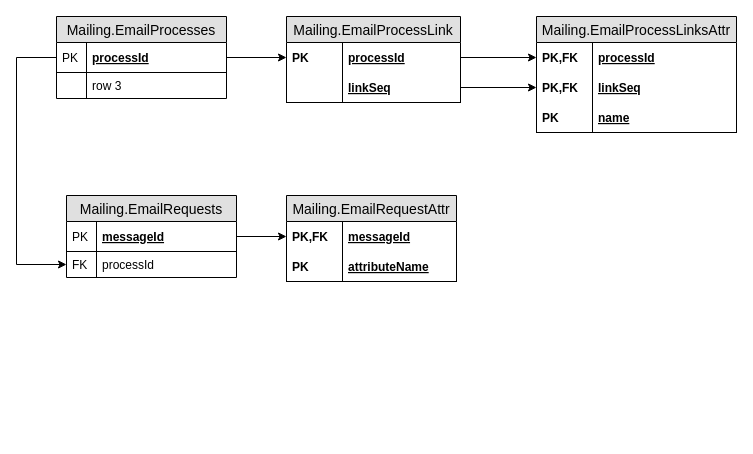
Earlier version of the draw.io diagram Untitled Diagram.drawio (eyallit/draw.io). Source tidied: cells renumbered, new cells numbered last; positions are measured from the earlier drawing's top-left corner, leaving out a move shared by most shapes. Both pictures are drawn from the tidied source at 100%, with x=0, y=0 at pixel (16, 16).
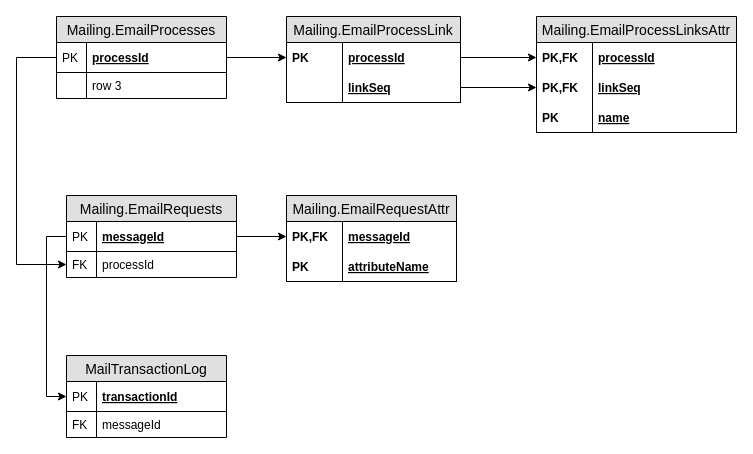
The same page after the edit.

Unchanged cells that the change refers to:
```xml
<mxCell id="23" value="messageId" style="shape=partialRectangle;top=0;left=0;right=0;bottom=1;align=left;verticalAlign=middle;fillColor=none;spacingLeft=34;spacingRight=4;overflow=hidden;points=[[0,0.5],[1,0.5]];portConstraint=eastwest;fontStyle=5;fontSize=12;" parent="22" vertex="1">
  <mxGeometry y="26" width="170" height="30" as="geometry" />
</mxCell>
```

What changed in the source:
```diff
@@
+    <mxCell id="34" value="MailTransactionLog" style="swimlane;fontStyle=0;horizontal=1;startSize=26;fillColor=#e0e0e0;swimlaneFillColor=#ffffff;align=center;fontSize=14;" parent="1" vertex="1">
+      <mxGeometry x="50" y="339" width="160" height="82" as="geometry" />
+    </mxCell>
+    <mxCell id="35" value="transactionId" style="shape=partialRectangle;top=0;left=0;right=0;bottom=1;align=left;verticalAlign=middle;fillColor=none;spacingLeft=34;spacingRight=4;overflow=hidden;points=[[0,0.5],[1,0.5]];portConstraint=eastwest;fontStyle=5;fontSize=12;" parent="34" vertex="1">
+      <mxGeometry y="26" width="160" height="30" as="geometry" />
+    </mxCell>
+    <mxCell id="36" value="PK" style="shape=partialRectangle;top=0;left=0;bottom=0;fillColor=none;align=left;verticalAlign=middle;spacingLeft=4;spacingRight=4;overflow=hidden;fontSize=12;" parent="35" vertex="1">
+      <mxGeometry width="30" height="30" as="geometry" />
+    </mxCell>
+    <mxCell id="37" value="messageId" style="shape=partialRectangle;top=0;left=0;right=0;bottom=0;align=left;verticalAlign=top;fillColor=none;spacingLeft=34;spacingRight=4;overflow=hidden;fontSize=12;" parent="34" vertex="1">
+      <mxGeometry y="56" width="160" height="26" as="geometry" />
+    </mxCell>
+    <mxCell id="38" value="FK" style="shape=partialRectangle;top=0;left=0;bottom=0;fillColor=none;align=left;verticalAlign=top;spacingLeft=4;spacingRight=4;overflow=hidden;fontSize=12;" parent="37" vertex="1">
+      <mxGeometry width="30" height="26" as="geometry" />
+    </mxCell>
+    <mxCell id="39" style="edgeStyle=orthogonalEdgeStyle;rounded=0;jettySize=auto;html=1;entryX=0;entryY=0.5;entryDx=0;entryDy=0;" parent="1" edge="1" source="23" target="35">
+      <mxGeometry relative="1" as="geometry" />
+    </mxCell>
```
